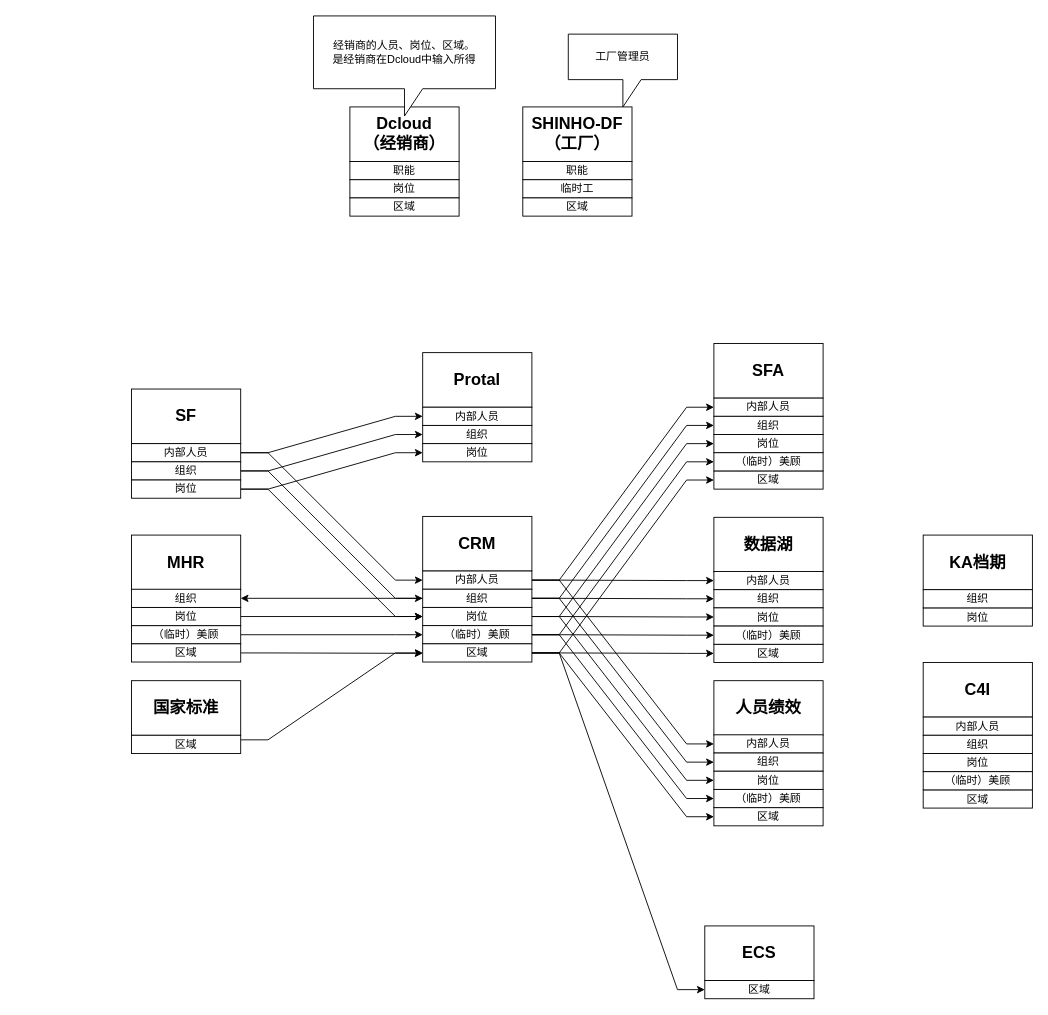
Before: shinho/【0313】主数据（人）流转图.drawio in 18857545022/-, a draw.io diagram. Source tidied: cells renumbered, new cells numbered last; positions are measured from the earlier drawing's top-left corner, leaving out a move shared by most shapes. Both pictures are drawn from the tidied source at 91%, with x=0, y=0 at pixel (131, 15).
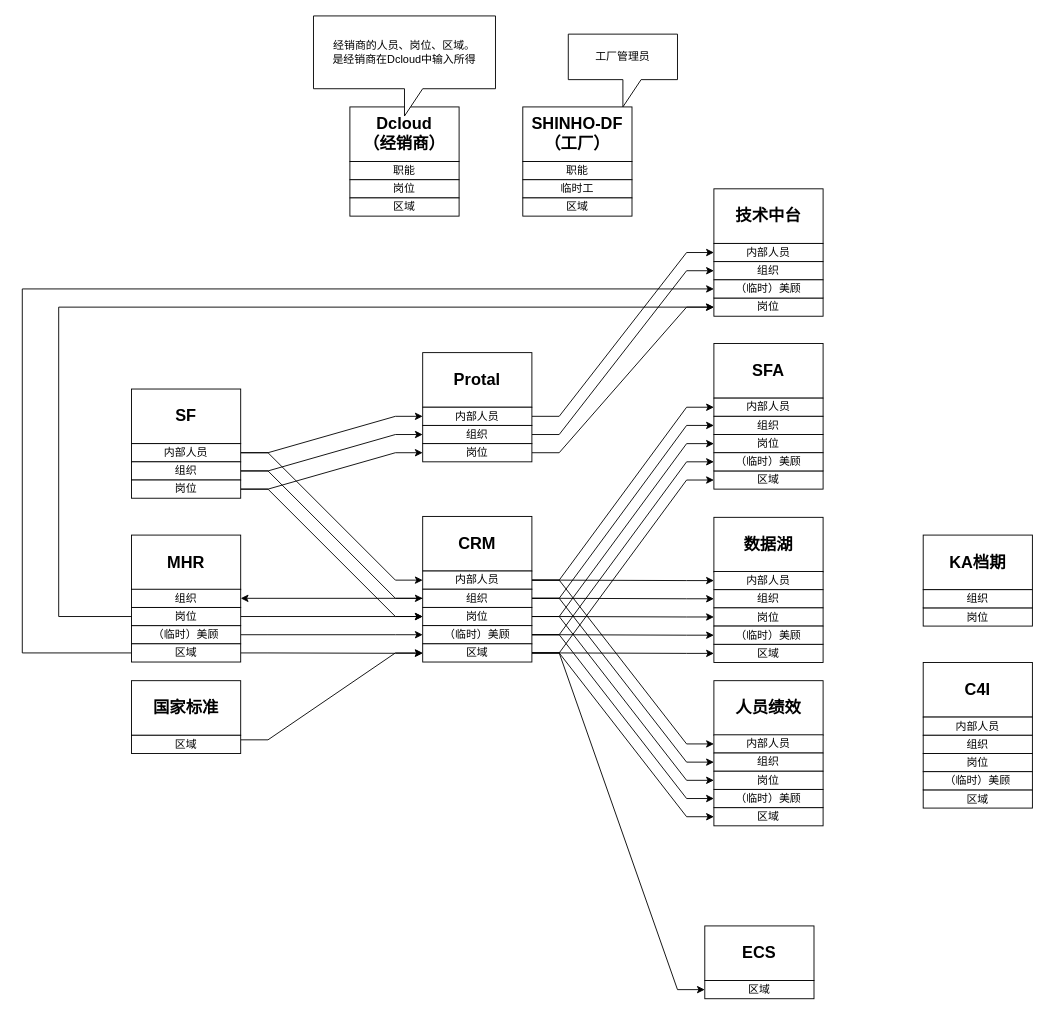
After the change.

Commit message (it also covers changes not shown here):
更新【0313】主数据（人）流转图.drawio

The change refers to these unchanged cells:
```xml
<mxCell id="70" value="内部人员" style="rounded=0;whiteSpace=wrap;html=1;" parent="1" vertex="1">
  <mxGeometry x="320" y="430" width="120" height="20" as="geometry" />
</mxCell>
<mxCell id="71" value="组织" style="rounded=0;whiteSpace=wrap;html=1;" parent="1" vertex="1">
  <mxGeometry x="320" y="450" width="120" height="20" as="geometry" />
</mxCell>
<mxCell id="72" value="岗位" style="rounded=0;whiteSpace=wrap;html=1;" parent="1" vertex="1">
  <mxGeometry x="320" y="470" width="120" height="20" as="geometry" />
</mxCell>
<mxCell id="74" value="岗位" style="rounded=0;whiteSpace=wrap;html=1;" parent="1" vertex="1">
  <mxGeometry y="650" width="120" height="20" as="geometry" />
</mxCell>
<mxCell id="76" value="区域" style="rounded=0;whiteSpace=wrap;html=1;" parent="1" vertex="1">
  <mxGeometry y="690" width="120" height="20" as="geometry" />
</mxCell>
```

Diff of the diagram source:
```diff
@@
+    <mxCell id="89" style="edgeStyle=entityRelationEdgeStyle;rounded=0;jettySize=auto;html=1;exitX=1;exitY=0.5;exitDx=0;exitDy=0;entryX=0;entryY=0.5;entryDx=0;entryDy=0;elbow=vertical;" parent="1" edge="1" source="70" target="95">
+      <mxGeometry relative="1" as="geometry" />
+    </mxCell>
@@
+    <mxCell id="90" style="edgeStyle=entityRelationEdgeStyle;rounded=0;jettySize=auto;html=1;exitX=1;exitY=0.5;exitDx=0;exitDy=0;entryX=0;entryY=0.5;entryDx=0;entryDy=0;elbow=vertical;" parent="1" edge="1" source="71" target="96">
+      <mxGeometry relative="1" as="geometry" />
+    </mxCell>
@@
+    <mxCell id="91" style="edgeStyle=entityRelationEdgeStyle;rounded=0;jettySize=auto;html=1;exitX=1;exitY=0.5;exitDx=0;exitDy=0;entryX=0;entryY=0.5;entryDx=0;entryDy=0;elbow=vertical;" parent="1" edge="1" source="72" target="97">
+      <mxGeometry relative="1" as="geometry" />
+    </mxCell>
@@
+    <mxCell id="92" style="edgeStyle=elbowEdgeStyle;rounded=0;jettySize=auto;html=1;exitX=0;exitY=0.5;exitDx=0;exitDy=0;entryX=0;entryY=0.5;entryDx=0;entryDy=0;" parent="1" edge="1" source="76" target="98">
+      <mxGeometry relative="1" as="geometry">
+        <Array as="points">
+          <mxPoint x="-120" y="550" />
+        </Array>
+      </mxGeometry>
+    </mxCell>
@@
+    <mxCell id="93" style="edgeStyle=elbowEdgeStyle;rounded=0;jettySize=auto;html=1;exitX=0;exitY=0.5;exitDx=0;exitDy=0;entryX=0;entryY=0.5;entryDx=0;entryDy=0;" parent="1" edge="1" source="74" target="97">
+      <mxGeometry relative="1" as="geometry">
+        <Array as="points">
+          <mxPoint x="-80" y="420" />
+        </Array>
+      </mxGeometry>
+    </mxCell>
@@
+    <mxCell id="94" value="&lt;span style=&quot;font-size: 18px;&quot;&gt;&lt;b&gt;技术中台&lt;/b&gt;&lt;/span&gt;" style="rounded=0;whiteSpace=wrap;html=1;" parent="1" vertex="1">
+      <mxGeometry x="640" y="190" width="120" height="60" as="geometry" />
+    </mxCell>
+    <mxCell id="95" value="内部人员" style="rounded=0;whiteSpace=wrap;html=1;" parent="1" vertex="1">
+      <mxGeometry x="640" y="250" width="120" height="20" as="geometry" />
+    </mxCell>
+    <mxCell id="96" value="组织" style="rounded=0;whiteSpace=wrap;html=1;" parent="1" vertex="1">
+      <mxGeometry x="640" y="270" width="120" height="20" as="geometry" />
+    </mxCell>
+    <mxCell id="97" value="岗位" style="rounded=0;whiteSpace=wrap;html=1;" parent="1" vertex="1">
+      <mxGeometry x="640" y="310" width="120" height="20" as="geometry" />
+    </mxCell>
+    <mxCell id="98" value="（临时）美顾" style="rounded=0;whiteSpace=wrap;html=1;" parent="1" vertex="1">
+      <mxGeometry x="640" y="290" width="120" height="20" as="geometry" />
+    </mxCell>
```
